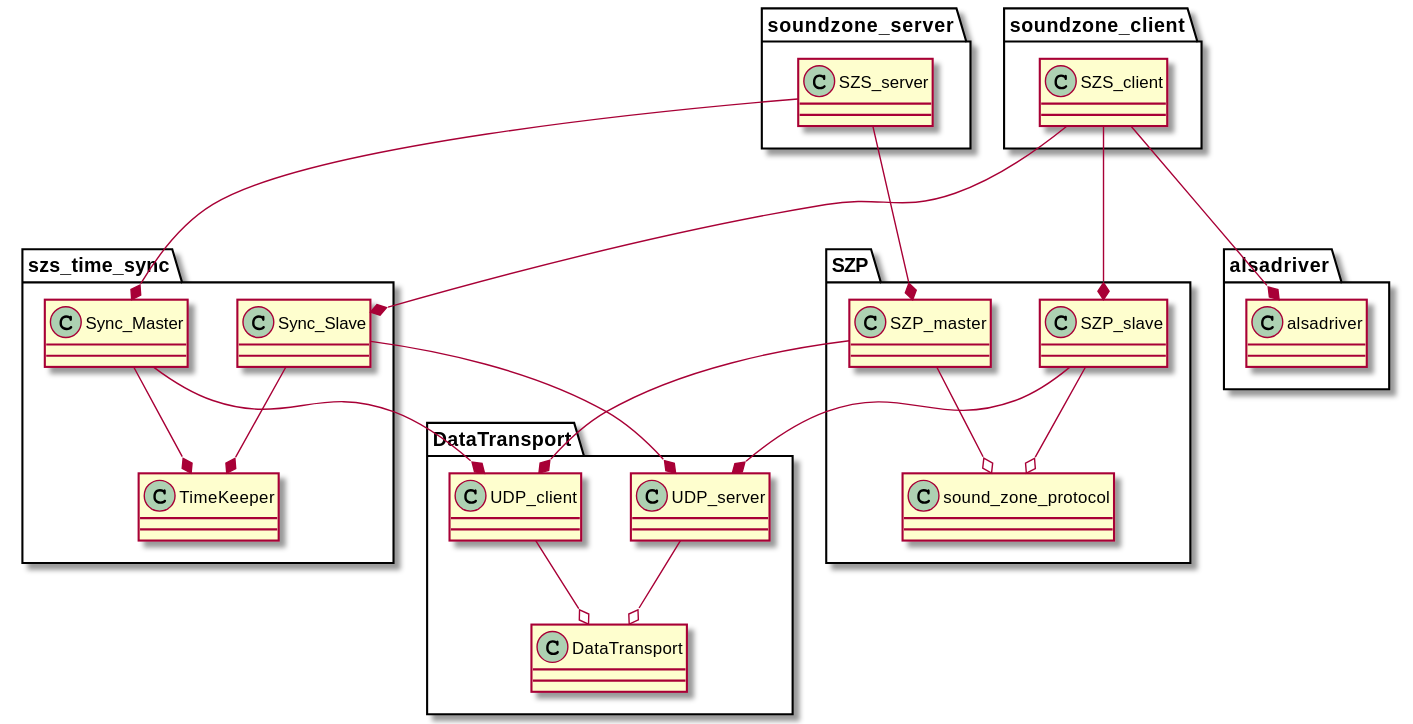
Before: diagrams/class_diagram.svg, a diagram exported from PlantUML (NielsDyrberg/Wireless_sound_zones).
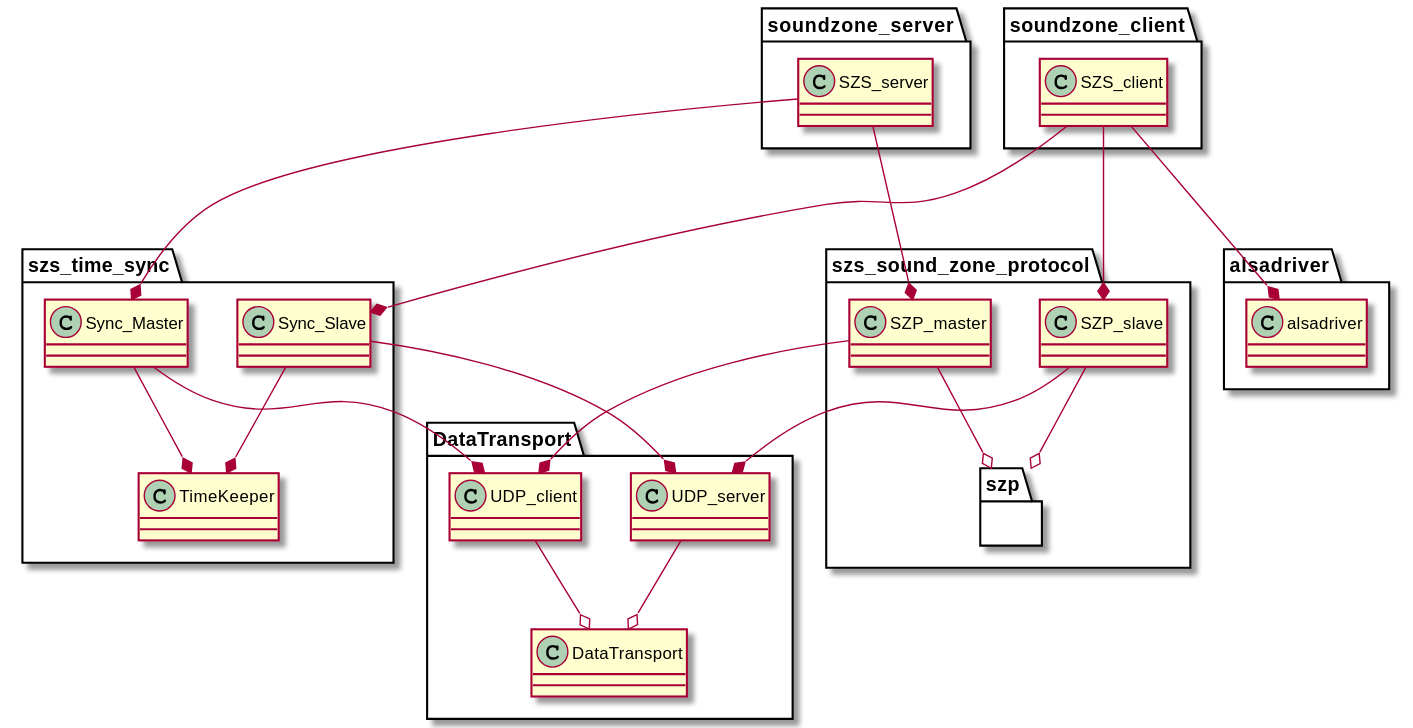
After the change.

The edit, as a diff of the source:
```diff
@@ -15,10 +15,11 @@
         class alsadriver{}
     }
 
-    package SZP {
-        SZP_master --o sound_zone_protocol
-        SZP_slave --o sound_zone_protocol
-        class sound_zone_protocol {}
+    package szs_sound_zone_protocol {
+        class SZP_master{}
+        class SZP_slave{}
+
+        package szp {}
     }
 
     package szs_time_sync {
@@ -32,6 +33,9 @@
         UDP_client --o DataTransport
     }
 }
+
+SZP_master --o szp
+SZP_slave --o szp
 
 SZS_client --* SZP_slave
 SZS_server --* SZP_master
@@ -52,8 +56,4 @@
 
 class DataTransport {}
 
-class SZP_master{}
-
-class SZP_slave{}
-
 @enduml
```
